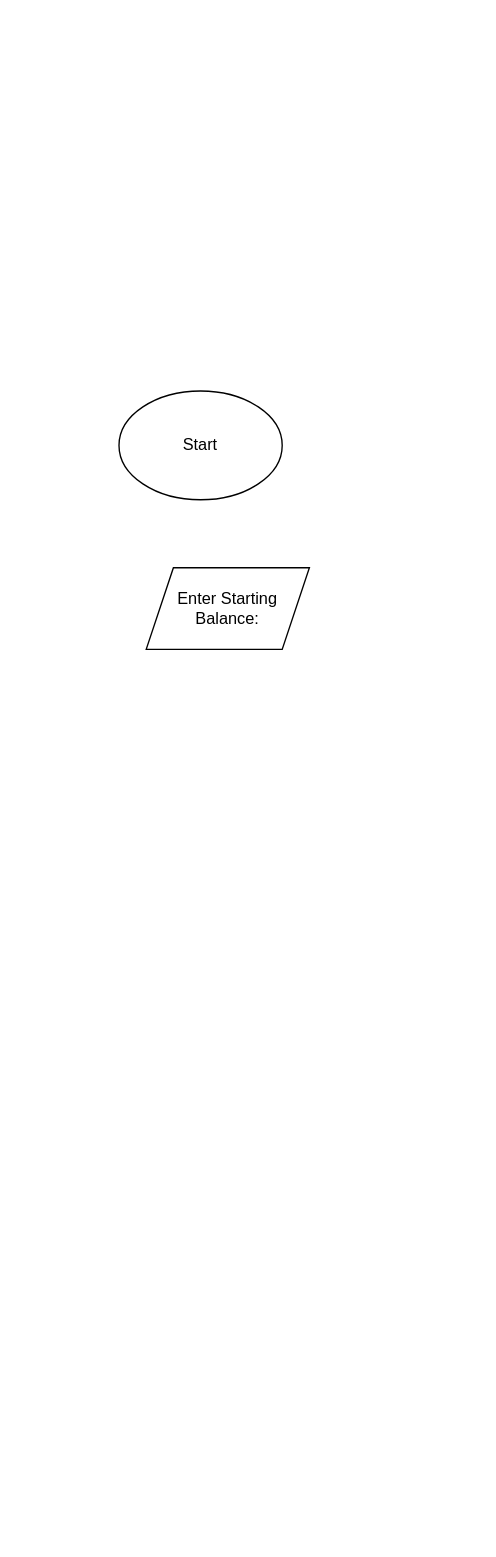
The draw.io diagram Untitled Diagram.drawio in ATM18/stuff, before the edit. Source tidied: cells renumbered, new cells numbered last; positions are measured from the earlier drawing's top-left corner, leaving out a move shared by most shapes. Both pictures are drawn from the tidied source at 136%, with x=0, y=0 at pixel (118, 390).
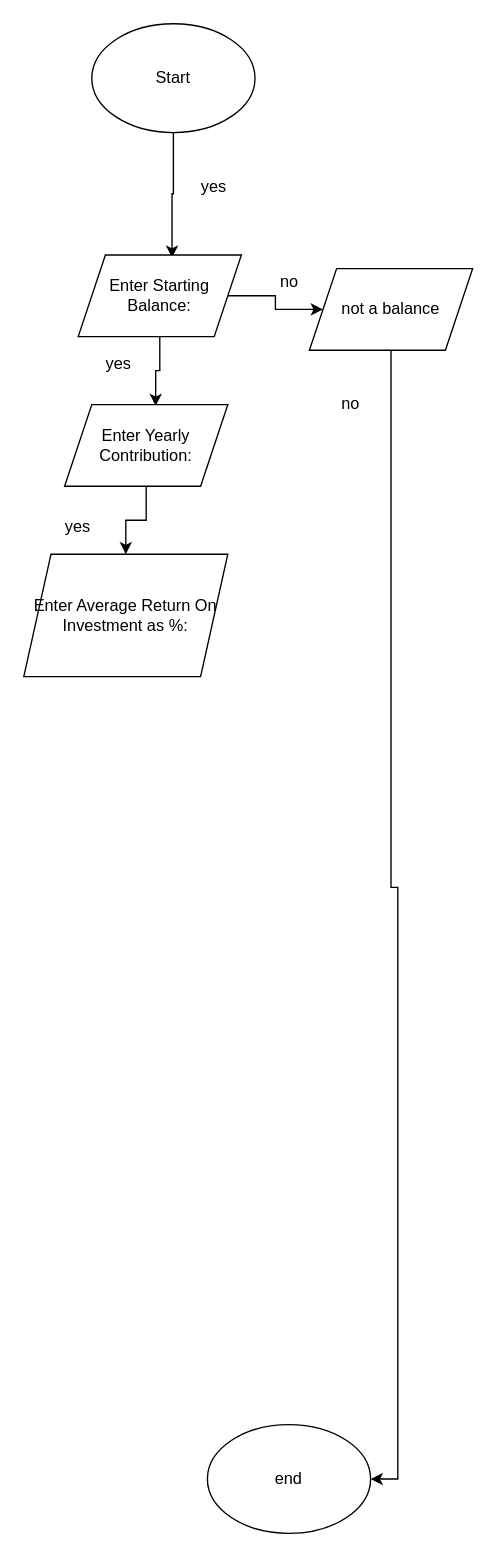
The same page after the edit.

Change to the diagram source:
```diff
@@
 <mxGraphModel>
   <root>
     <mxCell id="0" />
     <mxCell id="1" parent="0" />
+    <mxCell id="4" style="edgeStyle=orthogonalEdgeStyle;rounded=0;jettySize=auto;html=1;exitX=0.5;exitY=1;exitDx=0;exitDy=0;entryX=0.575;entryY=0.033;entryDx=0;entryDy=0;entryPerimeter=0;" parent="1" edge="1" source="2" target="3">
+      <mxGeometry relative="1" as="geometry" />
+    </mxCell>
     <mxCell id="2" value="Start" style="ellipse;whiteSpace=wrap;html=1;" parent="1" vertex="1">
-      <mxGeometry width="120" height="80" as="geometry" />
+      <mxGeometry x="-20" y="-270" width="120" height="80" as="geometry" />
     </mxCell>
+    <mxCell id="5" style="edgeStyle=orthogonalEdgeStyle;rounded=0;jettySize=auto;html=1;exitX=1;exitY=0.5;exitDx=0;exitDy=0;entryX=0;entryY=0.5;entryDx=0;entryDy=0;" parent="1" edge="1" source="3" target="8">
+      <mxGeometry relative="1" as="geometry" />
+    </mxCell>
+    <mxCell id="6" style="edgeStyle=orthogonalEdgeStyle;rounded=0;jettySize=auto;html=1;exitX=0.5;exitY=1;exitDx=0;exitDy=0;entryX=0.558;entryY=0.017;entryDx=0;entryDy=0;entryPerimeter=0;" parent="1" edge="1" source="3" target="13">
+      <mxGeometry relative="1" as="geometry" />
+    </mxCell>
     <mxCell id="3" value="Enter Starting Balance:" style="shape=parallelogram;perimeter=parallelogramPerimeter;whiteSpace=wrap;html=1;fixedSize=1;" parent="1" vertex="1">
-      <mxGeometry x="20" y="130" width="120" height="60" as="geometry" />
+      <mxGeometry x="-30" y="-100" width="120" height="60" as="geometry" />
     </mxCell>
+    <mxCell id="7" style="edgeStyle=orthogonalEdgeStyle;rounded=0;jettySize=auto;html=1;entryX=1;entryY=0.5;entryDx=0;entryDy=0;" parent="1" edge="1" source="8" target="11">
+      <mxGeometry relative="1" as="geometry" />
+    </mxCell>
+    <mxCell id="8" value="not a balance" style="shape=parallelogram;perimeter=parallelogramPerimeter;whiteSpace=wrap;html=1;fixedSize=1;" parent="1" vertex="1">
+      <mxGeometry x="140" y="-90" width="120" height="60" as="geometry" />
+    </mxCell>
+    <mxCell id="9" value="yes" style="text;html=1;strokeColor=none;fillColor=none;align=center;verticalAlign=middle;whiteSpace=wrap;rounded=0;" parent="1" vertex="1">
+      <mxGeometry x="50" y="-160" width="40" height="20" as="geometry" />
+    </mxCell>
+    <mxCell id="10" value="&lt;div&gt;no&lt;/div&gt;" style="text;html=1;align=center;verticalAlign=middle;" parent="1" vertex="1">
+      <mxGeometry x="155" width="30" height="20" as="geometry" />
+    </mxCell>
+    <mxCell id="11" value="end " style="ellipse;whiteSpace=wrap;html=1;" parent="1" vertex="1">
+      <mxGeometry x="65" y="760" width="120" height="80" as="geometry" />
+    </mxCell>
+    <mxCell id="12" style="edgeStyle=orthogonalEdgeStyle;rounded=0;jettySize=auto;html=1;exitX=0.5;exitY=1;exitDx=0;exitDy=0;" parent="1" edge="1" source="13" target="16">
+      <mxGeometry relative="1" as="geometry" />
+    </mxCell>
+    <mxCell id="13" value="Enter Yearly Contribution:" style="shape=parallelogram;perimeter=parallelogramPerimeter;whiteSpace=wrap;html=1;fixedSize=1;" parent="1" vertex="1">
+      <mxGeometry x="-40" y="10" width="120" height="60" as="geometry" />
+    </mxCell>
+    <mxCell id="14" value="&lt;div&gt;no&lt;/div&gt;" style="text;html=1;align=center;verticalAlign=middle;" parent="1" vertex="1">
+      <mxGeometry x="110" y="-90" width="30" height="20" as="geometry" />
+    </mxCell>
+    <mxCell id="15" value="yes" style="text;html=1;strokeColor=none;fillColor=none;align=center;verticalAlign=middle;whiteSpace=wrap;rounded=0;" parent="1" vertex="1">
+      <mxGeometry x="-20" y="-30" width="40" height="20" as="geometry" />
+    </mxCell>
+    <mxCell id="16" value="Enter Average Return On Investment as %:" style="shape=parallelogram;perimeter=parallelogramPerimeter;whiteSpace=wrap;html=1;fixedSize=1;" parent="1" vertex="1">
+      <mxGeometry x="-70" y="120" width="150" height="90" as="geometry" />
+    </mxCell>
+    <mxCell id="17" value="yes" style="text;html=1;strokeColor=none;fillColor=none;align=center;verticalAlign=middle;whiteSpace=wrap;rounded=0;" parent="1" vertex="1">
+      <mxGeometry x="-50" y="90" width="40" height="20" as="geometry" />
+    </mxCell>
   </root>
 </mxGraphModel>
```
